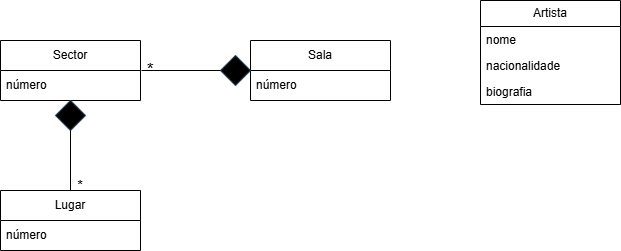
Above: UML1.drawio.png in leorsd/ESOF_UML (draw.io), before the change. Source tidied: cells renumbered, new cells last; positions are measured from the earlier drawing's top-left corner, leaving out a move shared by most shapes.
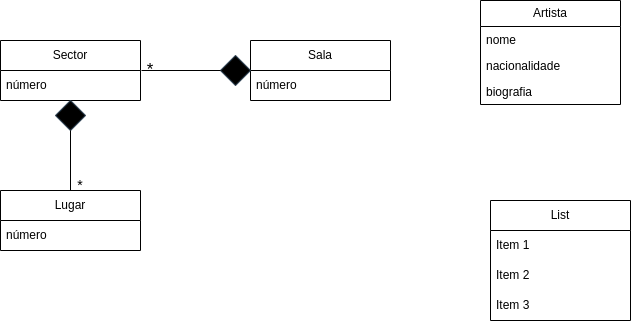
The same diagram one commit later.

Change to the diagram source:
```diff
@@ -55,5 +55,17 @@
     <mxCell id="17" value="&lt;font style=&quot;font-size: 14px;&quot;&gt;*&lt;/font&gt;" style="text;html=1;align=center;verticalAlign=middle;whiteSpace=wrap;rounded=0;" parent="1" vertex="1">
       <mxGeometry x="50" y="170" width="60" height="30" as="geometry" />
     </mxCell>
+    <mxCell id="18" value="List" style="swimlane;fontStyle=0;horizontal=1;startSize=30;whiteSpace=wrap;html=1;" parent="1" vertex="1">
+      <mxGeometry x="490" y="200" width="140" height="120" as="geometry" />
+    </mxCell>
+    <mxCell id="19" value="Item 1" style="text;strokeColor=none;fillColor=none;align=left;verticalAlign=middle;spacingLeft=4;spacingRight=4;overflow=hidden;whiteSpace=wrap;html=1;" parent="18" vertex="1">
+      <mxGeometry y="30" width="140" height="30" as="geometry" />
+    </mxCell>
+    <mxCell id="20" value="Item 2" style="text;strokeColor=none;fillColor=none;align=left;verticalAlign=middle;spacingLeft=4;spacingRight=4;overflow=hidden;whiteSpace=wrap;html=1;" parent="18" vertex="1">
+      <mxGeometry y="60" width="140" height="30" as="geometry" />
+    </mxCell>
+    <mxCell id="21" value="Item 3" style="text;strokeColor=none;fillColor=none;align=left;verticalAlign=middle;spacingLeft=4;spacingRight=4;overflow=hidden;whiteSpace=wrap;html=1;" parent="18" vertex="1">
+      <mxGeometry y="90" width="140" height="30" as="geometry" />
+    </mxCell>
   </root>
 </mxGraphModel>
```
